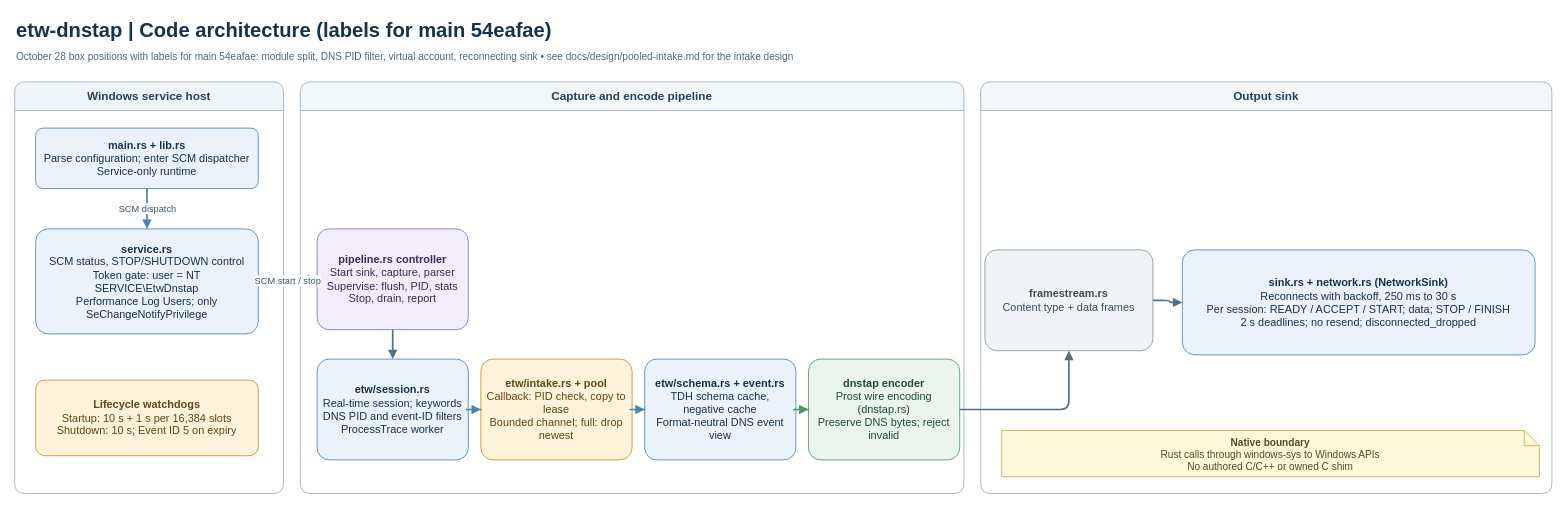
Above: docs/design/diagrams/code-architecture.drawio in miketheitguy/etw-dnstap (draw.io), before the change. Source tidied: cells renumbered, new cells numbered last; positions are measured from the earlier drawing's top-left corner, leaving out a move shared by most shapes. Both pictures are drawn from the tidied source at 84%, with x=0, y=0 at pixel (14, 14).
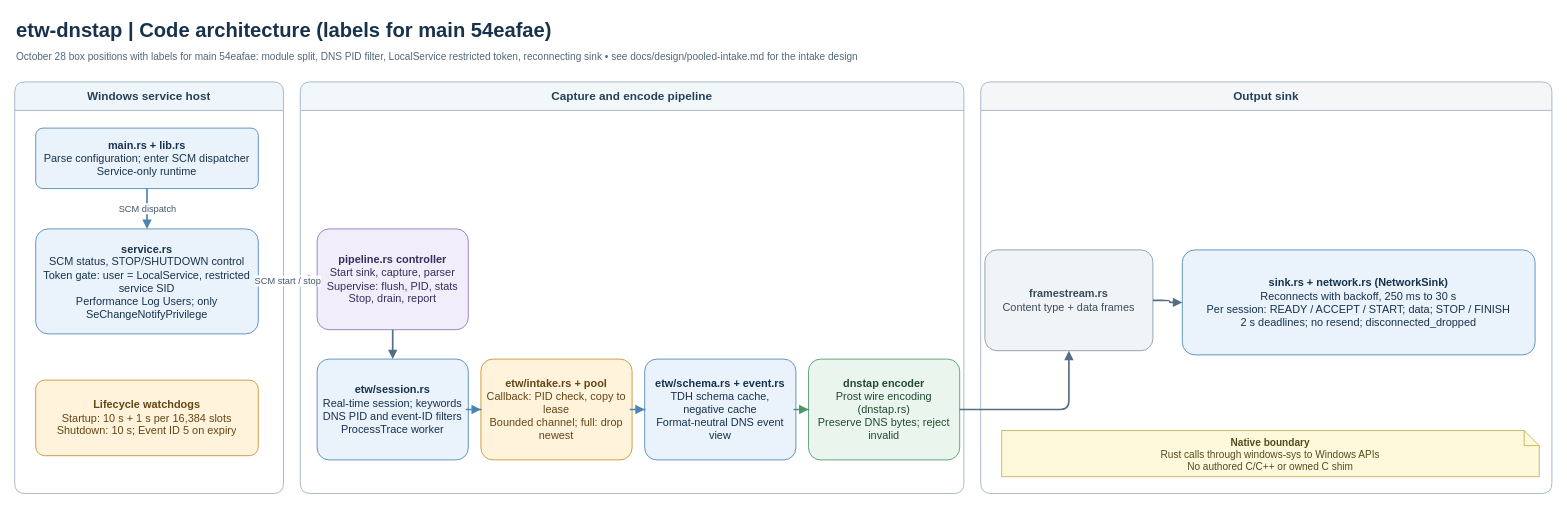
Above is the later version.

What changed in the source:
```diff
@@
-    <mxCell id="3" value="October 28 box positions with labels for main 54eafae: module split, DNS PID filter, virtual account, reconnecting sink • see docs/design/pooled-intake.md for the intake design" style="text;align=left;verticalAlign=middle;fontSize=12;fontColor=#526779;html=1;whiteSpace=wrap;overflow=hidden;" parent="1" vertex="1">
+    <mxCell id="3" value="October 28 box positions with labels for main 54eafae: module split, DNS PID filter, LocalService restricted token, reconnecting sink • see docs/design/pooled-intake.md for the intake design" style="text;align=left;verticalAlign=middle;fontSize=12;fontColor=#526779;html=1;whiteSpace=wrap;overflow=hidden;" parent="1" vertex="1">
       <mxGeometry y="38" width="1820" height="25" as="geometry" />
     </mxCell>
@@
-    <mxCell id="8" value="&lt;b&gt;service.rs&lt;/b&gt;&lt;br&gt;SCM status, STOP/SHUTDOWN control&lt;br&gt;Token gate: user = NT SERVICE\EtwDnstap&lt;br&gt;Performance Log Users; only SeChangeNotifyPrivilege" style="rounded=1;arcSize=12;fillColor=#eaf3fb;strokeColor=#4b84b5;fontColor=#17324d;fontSize=13;spacing=8;html=1;whiteSpace=wrap;overflow=hidden;" parent="1" vertex="1">
+    <mxCell id="8" value="&lt;b&gt;service.rs&lt;/b&gt;&lt;br&gt;SCM status, STOP/SHUTDOWN control&lt;br&gt;Token gate: user = LocalService, restricted service SID&lt;br&gt;Performance Log Users; only SeChangeNotifyPrivilege" style="rounded=1;arcSize=12;fillColor=#eaf3fb;strokeColor=#4b84b5;fontColor=#17324d;fontSize=13;spacing=8;html=1;whiteSpace=wrap;overflow=hidden;" parent="1" vertex="1">
       <mxGeometry x="25" y="255" width="265" height="125" as="geometry" />
     </mxCell>
```
